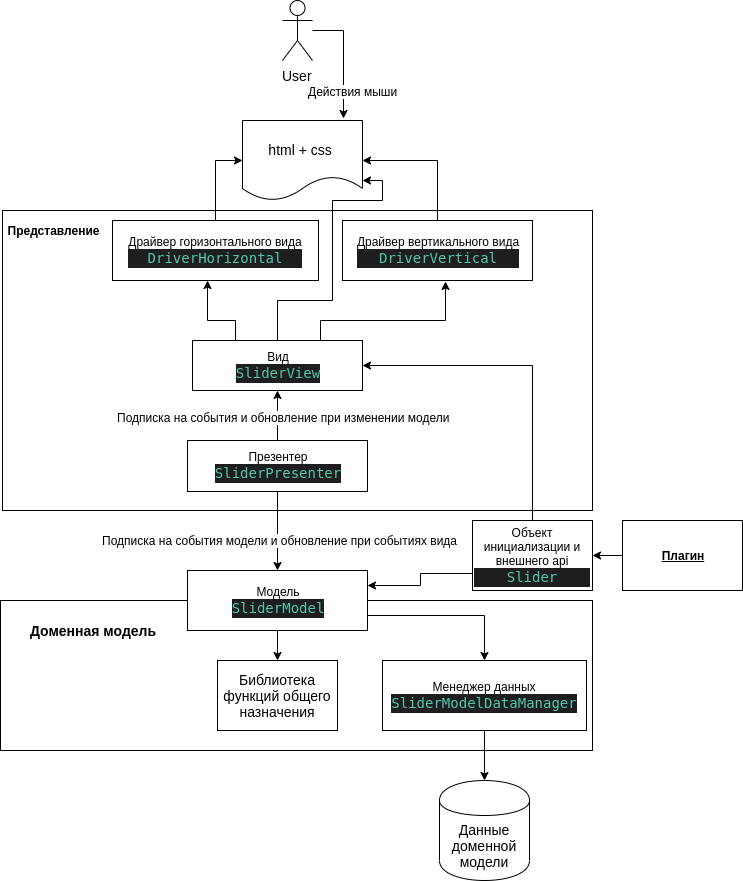
Above: docs/uml.png in SergeyVN94/slider (draw.io), before the change. Source tidied: cells renumbered, new cells last; positions are measured from the earlier drawing's top-left corner, leaving out a move shared by most shapes.
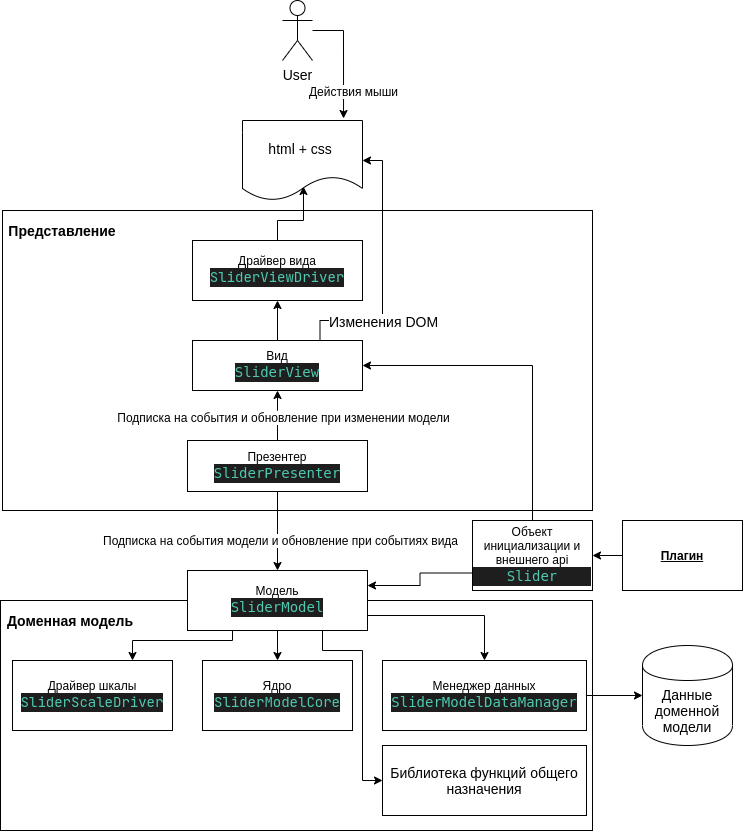
After the change.

Diff of the diagram source:
```diff
@@ -3,12 +3,12 @@
     <mxCell id="0" />
     <mxCell id="1" parent="0" />
     <mxCell id="2" style="rounded=0;whiteSpace=wrap;html=1;" parent="1" vertex="1">
-      <mxGeometry y="600" width="592" height="150" as="geometry" />
+      <mxGeometry y="600" width="592" height="230" as="geometry" />
     </mxCell>
     <mxCell id="3" value="Доменная модель" style="text;html=1;strokeColor=none;fillColor=none;align=center;verticalAlign=middle;whiteSpace=wrap;rounded=0;fontSize=14;fontStyle=1;" parent="1" vertex="1">
-      <mxGeometry x="22" y="610" width="140" height="40" as="geometry" />
+      <mxGeometry y="600" width="140" height="40" as="geometry" />
     </mxCell>
-    <mxCell id="4" style="edgeStyle=orthogonalEdgeStyle;rounded=0;jettySize=auto;html=1;exitX=0.5;exitY=1;exitDx=0;exitDy=0;" parent="1" edge="1" source="5" target="24">
+    <mxCell id="4" style="edgeStyle=orthogonalEdgeStyle;rounded=0;jettySize=auto;html=1;exitX=1;exitY=0.5;exitDx=0;exitDy=0;entryX=0;entryY=0.5;entryDx=0;entryDy=0;" parent="1" edge="1" source="5" target="24">
       <mxGeometry relative="1" as="geometry" />
     </mxCell>
     <mxCell id="5" value="Менеджер данных&lt;br&gt;&lt;div style=&quot;color: rgb(212 , 212 , 212) ; background-color: rgb(30 , 30 , 30) ; font-family: &amp;#34;droid sans mono&amp;#34; , monospace , monospace , &amp;#34;droid sans fallback&amp;#34; ; font-size: 14px ; line-height: 19px ; white-space: pre&quot;&gt;&lt;span style=&quot;color: #4ec9b0&quot;&gt;SliderModelDataManager&lt;/span&gt;&lt;/div&gt;" style="rounded=0;whiteSpace=wrap;html=1;" parent="1" vertex="1">
@@ -17,9 +17,26 @@
     <mxCell id="6" style="edgeStyle=orthogonalEdgeStyle;rounded=0;jettySize=auto;html=1;exitX=1;exitY=0.75;exitDx=0;exitDy=0;entryX=0.5;entryY=0;entryDx=0;entryDy=0;" parent="1" edge="1" source="8" target="5">
       <mxGeometry relative="1" as="geometry" />
     </mxCell>
+    <mxCell id="36" style="edgeStyle=orthogonalEdgeStyle;rounded=0;jettySize=auto;html=1;exitX=0.5;exitY=1;exitDx=0;exitDy=0;entryX=0.5;entryY=0;entryDx=0;entryDy=0;" parent="1" edge="1" source="8" target="39">
+      <mxGeometry relative="1" as="geometry" />
+    </mxCell>
-    <mxCell id="7" style="edgeStyle=orthogonalEdgeStyle;rounded=0;jettySize=auto;html=1;exitX=0.5;exitY=1;exitDx=0;exitDy=0;entryX=0.5;entryY=0;entryDx=0;entryDy=0;" parent="1" edge="1" source="8" target="23">
-      <mxGeometry relative="1" as="geometry" />
+    <mxCell id="7" style="edgeStyle=orthogonalEdgeStyle;rounded=0;jettySize=auto;html=1;exitX=0.75;exitY=1;exitDx=0;exitDy=0;entryX=0;entryY=0.5;entryDx=0;entryDy=0;" parent="1" edge="1" source="8" target="23">
+      <mxGeometry relative="1" as="geometry">
+        <Array as="points">
+          <mxPoint x="322" y="650" />
+          <mxPoint x="362" y="650" />
+          <mxPoint x="362" y="780" />
+        </Array>
+      </mxGeometry>
     </mxCell>
+    <mxCell id="37" style="edgeStyle=orthogonalEdgeStyle;rounded=0;jettySize=auto;html=1;exitX=0.25;exitY=1;exitDx=0;exitDy=0;entryX=0.75;entryY=0;entryDx=0;entryDy=0;" parent="1" edge="1" source="8" target="40">
+      <mxGeometry relative="1" as="geometry">
+        <Array as="points">
+          <mxPoint x="232" y="640" />
+          <mxPoint x="132" y="640" />
+        </Array>
+      </mxGeometry>
+    </mxCell>
     <mxCell id="8" value="Модель&lt;br&gt;&lt;div style=&quot;color: rgb(212 , 212 , 212) ; background-color: rgb(30 , 30 , 30) ; font-family: &amp;#34;droid sans mono&amp;#34; , monospace , monospace , &amp;#34;droid sans fallback&amp;#34; ; font-size: 14px ; line-height: 19px ; white-space: pre&quot;&gt;&lt;span style=&quot;color: #4ec9b0&quot;&gt;SliderModel&lt;/span&gt;&lt;/div&gt;" style="rounded=0;whiteSpace=wrap;html=1;" parent="1" vertex="1">
       <mxGeometry x="187" y="570" width="180" height="60" as="geometry" />
     </mxCell>
@@ -48,53 +65,37 @@
     <mxCell id="14" value="Презентер&lt;br&gt;&lt;div style=&quot;color: rgb(212 , 212 , 212) ; background-color: rgb(30 , 30 , 30) ; font-family: &amp;#34;droid sans mono&amp;#34; , monospace , monospace , &amp;#34;droid sans fallback&amp;#34; ; font-size: 14px ; line-height: 19px ; white-space: pre&quot;&gt;&lt;span style=&quot;color: #4ec9b0&quot;&gt;SliderPresenter&lt;/span&gt;&lt;/div&gt;" style="rounded=0;whiteSpace=wrap;html=1;" parent="1" vertex="1">
       <mxGeometry x="187" y="440" width="180" height="51" as="geometry" />
     </mxCell>
-    <mxCell id="15" style="edgeStyle=orthogonalEdgeStyle;rounded=0;jettySize=auto;html=1;exitX=0.75;exitY=0;exitDx=0;exitDy=0;entryX=0.542;entryY=1.017;entryDx=0;entryDy=0;entryPerimeter=0;" parent="1" edge="1" source="18" target="22">
-      <mxGeometry relative="1" as="geometry">
-        <Array as="points">
-          <mxPoint x="320" y="320" />
-          <mxPoint x="445" y="320" />
-        </Array>
-      </mxGeometry>
-    </mxCell>
-    <mxCell id="16" style="edgeStyle=orthogonalEdgeStyle;rounded=0;jettySize=auto;html=1;exitX=0.25;exitY=0;exitDx=0;exitDy=0;entryX=0.461;entryY=1;entryDx=0;entryDy=0;entryPerimeter=0;" parent="1" edge="1" source="18" target="20">
-      <mxGeometry relative="1" as="geometry">
-        <Array as="points">
-          <mxPoint x="235" y="320" />
-          <mxPoint x="207" y="320" />
-        </Array>
-      </mxGeometry>
+    <mxCell id="16" style="edgeStyle=orthogonalEdgeStyle;rounded=0;jettySize=auto;html=1;exitX=0.5;exitY=0;exitDx=0;exitDy=0;entryX=0.5;entryY=1;entryDx=0;entryDy=0;" parent="1" edge="1" source="18" target="20">
+      <mxGeometry relative="1" as="geometry" />
     </mxCell>
-    <mxCell id="17" style="edgeStyle=orthogonalEdgeStyle;rounded=0;jettySize=auto;html=1;exitX=0.5;exitY=0;exitDx=0;exitDy=0;entryX=1;entryY=0.75;entryDx=0;entryDy=0;" parent="1" edge="1" source="18" target="25">
+    <mxCell id="17" style="edgeStyle=orthogonalEdgeStyle;rounded=0;jettySize=auto;html=1;exitX=0.75;exitY=0;exitDx=0;exitDy=0;entryX=1;entryY=0.5;entryDx=0;entryDy=0;" parent="1" edge="1" source="18" target="25">
       <mxGeometry relative="1" as="geometry">
         <Array as="points">
-          <mxPoint x="277" y="300" />
-          <mxPoint x="332" y="300" />
-          <mxPoint x="332" y="200" />
-          <mxPoint x="382" y="200" />
-          <mxPoint x="382" y="180" />
+          <mxPoint x="320" y="320" />
+          <mxPoint x="382" y="320" />
+          <mxPoint x="382" y="160" />
         </Array>
       </mxGeometry>
     </mxCell>
+    <mxCell id="38" value="Изменения DOM" style="text;html=1;align=center;verticalAlign=middle;labelBackgroundColor=#ffffff;fontSize=14;" parent="17" vertex="1">
+      <mxGeometry x="-0.15" y="-1" relative="1" as="geometry">
+        <mxPoint x="-1" y="28.5" as="offset" />
+      </mxGeometry>
+    </mxCell>
     <mxCell id="18" value="Вид&lt;br&gt;&lt;div style=&quot;color: rgb(212 , 212 , 212) ; background-color: rgb(30 , 30 , 30) ; font-family: &amp;#34;droid sans mono&amp;#34; , monospace , monospace , &amp;#34;droid sans fallback&amp;#34; ; font-size: 14px ; line-height: 19px ; white-space: pre&quot;&gt;&lt;span style=&quot;color: #4ec9b0&quot;&gt;SliderView&lt;/span&gt;&lt;/div&gt;" style="rounded=0;whiteSpace=wrap;html=1;" parent="1" vertex="1">
       <mxGeometry x="192" y="340" width="170" height="50" as="geometry" />
     </mxCell>
-    <mxCell id="19" style="edgeStyle=orthogonalEdgeStyle;rounded=0;jettySize=auto;html=1;exitX=0.5;exitY=0;exitDx=0;exitDy=0;entryX=0;entryY=0.5;entryDx=0;entryDy=0;" parent="1" edge="1" source="20" target="25">
+    <mxCell id="19" style="edgeStyle=orthogonalEdgeStyle;rounded=0;jettySize=auto;html=1;exitX=0.5;exitY=0;exitDx=0;exitDy=0;entryX=0.508;entryY=0.825;entryDx=0;entryDy=0;entryPerimeter=0;" parent="1" edge="1" source="20" target="25">
       <mxGeometry relative="1" as="geometry" />
     </mxCell>
-    <mxCell id="20" value="Драйвер горизонтального вида&lt;br&gt;&lt;div style=&quot;color: rgb(212 , 212 , 212) ; background-color: rgb(30 , 30 , 30) ; font-family: &amp;#34;droid sans mono&amp;#34; , monospace , monospace , &amp;#34;droid sans fallback&amp;#34; ; font-size: 14px ; line-height: 19px ; white-space: pre&quot;&gt;&lt;span style=&quot;color: #4ec9b0&quot;&gt;DriverHorizontal&lt;/span&gt;&lt;/div&gt;" style="rounded=0;whiteSpace=wrap;html=1;" parent="1" vertex="1">
-      <mxGeometry x="112" y="220" width="206" height="60" as="geometry" />
+    <mxCell id="20" value="Драйвер вида&lt;br&gt;&lt;div style=&quot;color: rgb(212 , 212 , 212) ; background-color: rgb(30 , 30 , 30) ; font-family: &amp;#34;droid sans mono&amp;#34; , monospace , monospace , &amp;#34;droid sans fallback&amp;#34; ; font-size: 14px ; line-height: 19px ; white-space: pre&quot;&gt;&lt;div style=&quot;font-family: &amp;#34;jetbrains mono&amp;#34; , &amp;#34;droid sans mono&amp;#34; , monospace , monospace , &amp;#34;droid sans fallback&amp;#34; ; line-height: 19px&quot;&gt;&lt;span style=&quot;color: #4ec9b0&quot;&gt;SliderViewDriver&lt;/span&gt;&lt;/div&gt;&lt;/div&gt;" style="rounded=0;whiteSpace=wrap;html=1;" parent="1" vertex="1">
+      <mxGeometry x="192" y="240" width="170" height="60" as="geometry" />
     </mxCell>
-    <mxCell id="21" style="edgeStyle=orthogonalEdgeStyle;rounded=0;jettySize=auto;html=1;exitX=0.5;exitY=0;exitDx=0;exitDy=0;entryX=1;entryY=0.5;entryDx=0;entryDy=0;" parent="1" edge="1" source="22" target="25">
-      <mxGeometry relative="1" as="geometry" />
-    </mxCell>
-    <mxCell id="22" value="Драйвер вертикального вида&lt;br&gt;&lt;div style=&quot;color: rgb(212 , 212 , 212) ; background-color: rgb(30 , 30 , 30) ; font-family: &amp;#34;droid sans mono&amp;#34; , monospace , monospace , &amp;#34;droid sans fallback&amp;#34; ; font-size: 14px ; line-height: 19px ; white-space: pre&quot;&gt;&lt;span style=&quot;color: #4ec9b0&quot;&gt;DriverVertical&lt;/span&gt;&lt;/div&gt;" style="rounded=0;whiteSpace=wrap;html=1;" parent="1" vertex="1">
-      <mxGeometry x="342" y="220" width="190" height="60" as="geometry" />
-    </mxCell>
     <mxCell id="23" value="Библиотека функций общего назначения" style="rounded=0;whiteSpace=wrap;html=1;fontSize=14;" parent="1" vertex="1">
-      <mxGeometry x="217" y="660" width="120" height="70" as="geometry" />
+      <mxGeometry x="382" y="745" width="204" height="70" as="geometry" />
     </mxCell>
     <mxCell id="24" value="Данные доменной модели" style="shape=cylinder;whiteSpace=wrap;html=1;boundedLbl=1;backgroundOutline=1;fontSize=14;" parent="1" vertex="1">
-      <mxGeometry x="439" y="780" width="90" height="100" as="geometry" />
+      <mxGeometry x="642" y="645" width="90" height="100" as="geometry" />
     </mxCell>
     <mxCell id="25" value="html + css&amp;nbsp;" style="shape=document;whiteSpace=wrap;html=1;boundedLbl=1;fontSize=14;" parent="1" vertex="1">
       <mxGeometry x="242" y="120" width="120" height="80" as="geometry" />
@@ -115,8 +116,8 @@
     <mxCell id="28" value="User" style="shape=umlActor;verticalLabelPosition=bottom;labelBackgroundColor=#ffffff;verticalAlign=top;html=1;fontSize=14;" parent="1" vertex="1">
       <mxGeometry x="282" width="30" height="60" as="geometry" />
     </mxCell>
-    <mxCell id="29" value="&lt;b&gt;Представление&lt;/b&gt;" style="text;html=1;strokeColor=none;fillColor=none;align=center;verticalAlign=middle;whiteSpace=wrap;rounded=0;" parent="1" vertex="1">
-      <mxGeometry x="32" y="220" width="40" height="20" as="geometry" />
+    <mxCell id="29" value="&lt;b style=&quot;font-size: 14px;&quot;&gt;Представление&lt;/b&gt;" style="text;html=1;strokeColor=none;fillColor=none;align=center;verticalAlign=middle;whiteSpace=wrap;rounded=0;fontSize=14;" parent="1" vertex="1">
+      <mxGeometry x="2" y="210" width="120" height="40" as="geometry" />
     </mxCell>
     <mxCell id="30" style="edgeStyle=orthogonalEdgeStyle;rounded=0;orthogonalLoop=1;jettySize=auto;html=1;exitX=0.5;exitY=1;exitDx=0;exitDy=0;" parent="1" edge="1" source="2" target="2">
       <mxGeometry relative="1" as="geometry" />
@@ -136,5 +137,11 @@
     <mxCell id="35" value="&lt;b&gt;&lt;u&gt;Плагин&lt;/u&gt;&lt;/b&gt;" style="rounded=0;whiteSpace=wrap;html=1;" parent="1" vertex="1">
       <mxGeometry x="622" y="520" width="120" height="70" as="geometry" />
     </mxCell>
+    <mxCell id="39" value="Ядро&lt;br&gt;&lt;div style=&quot;color: rgb(212 , 212 , 212) ; background-color: rgb(30 , 30 , 30) ; font-family: &amp;#34;jetbrains mono&amp;#34; , &amp;#34;droid sans mono&amp;#34; , monospace , monospace , &amp;#34;droid sans fallback&amp;#34; ; font-size: 14px ; line-height: 19px ; white-space: pre&quot;&gt;&lt;span style=&quot;color: #4ec9b0&quot;&gt;SliderModelCore&lt;/span&gt;&lt;/div&gt;" style="rounded=0;whiteSpace=wrap;html=1;" parent="1" vertex="1">
+      <mxGeometry x="202" y="660" width="150" height="70" as="geometry" />
+    </mxCell>
+    <mxCell id="40" value="Драйвер шкалы&lt;br&gt;&lt;div style=&quot;color: rgb(212 , 212 , 212) ; background-color: rgb(30 , 30 , 30) ; font-family: &amp;#34;jetbrains mono&amp;#34; , &amp;#34;droid sans mono&amp;#34; , monospace , monospace , &amp;#34;droid sans fallback&amp;#34; ; font-size: 14px ; line-height: 19px ; white-space: pre&quot;&gt;&lt;span style=&quot;color: #4ec9b0&quot;&gt;SliderScaleDriver&lt;/span&gt;&lt;/div&gt;" style="rounded=0;whiteSpace=wrap;html=1;" parent="1" vertex="1">
+      <mxGeometry x="12" y="660" width="160" height="70" as="geometry" />
+    </mxCell>
   </root>
 </mxGraphModel>
```
